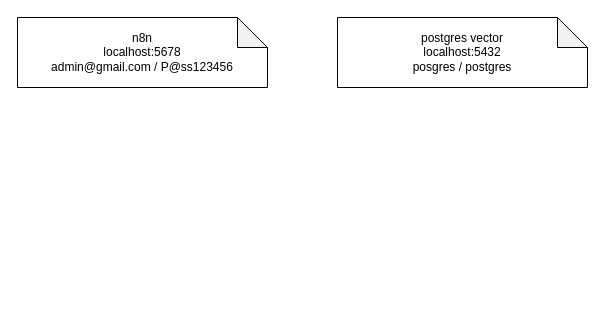
Before: page "Page-2" (2 of 2) of Diagrams/Untitled Diagram.drawio in thamtushinichi/drawio, a draw.io diagram. Source tidied: cells renumbered, new cells numbered last; positions are measured from the earlier drawing's top-left corner, leaving out a move shared by most shapes. Both pictures are drawn from the tidied source at 100%, with x=0, y=0 at pixel (17, 17).
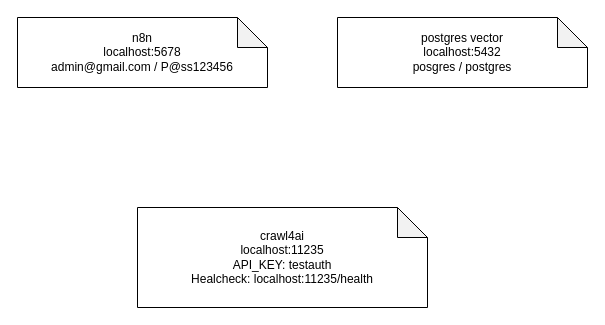
The same diagram, later.

What changed in the source:
```diff
@@
 <mxGraphModel>
   <root>
     <mxCell id="0" />
     <mxCell id="1" parent="0" />
     <mxCell id="2" value="n8n&lt;div&gt;localhost:5678&lt;/div&gt;&lt;div&gt;admin@gmail.com / P@ss123456&lt;/div&gt;" style="shape=note;whiteSpace=wrap;html=1;backgroundOutline=1;darkOpacity=0.05;align=center;verticalAlign=middle;" parent="1" vertex="1">
       <mxGeometry width="250" height="70" as="geometry" />
     </mxCell>
     <mxCell id="3" value="postgres vector&lt;div&gt;localhost:5432&lt;br&gt;&lt;div&gt;posgres / postgres&lt;/div&gt;&lt;/div&gt;" style="shape=note;whiteSpace=wrap;html=1;backgroundOutline=1;darkOpacity=0.05;" parent="1" vertex="1">
       <mxGeometry x="320" width="250" height="70" as="geometry" />
     </mxCell>
+    <mxCell id="4" value="crawl4ai&lt;div&gt;localhost:11235&lt;/div&gt;&lt;div&gt;API_KEY: testauth&lt;/div&gt;&lt;div&gt;Healcheck: localhost:11235/health&lt;/div&gt;" style="shape=note;whiteSpace=wrap;html=1;backgroundOutline=1;darkOpacity=0.05;" parent="1" vertex="1">
+      <mxGeometry x="120" y="190" width="290" height="100" as="geometry" />
+    </mxCell>
   </root>
 </mxGraphModel>
```
